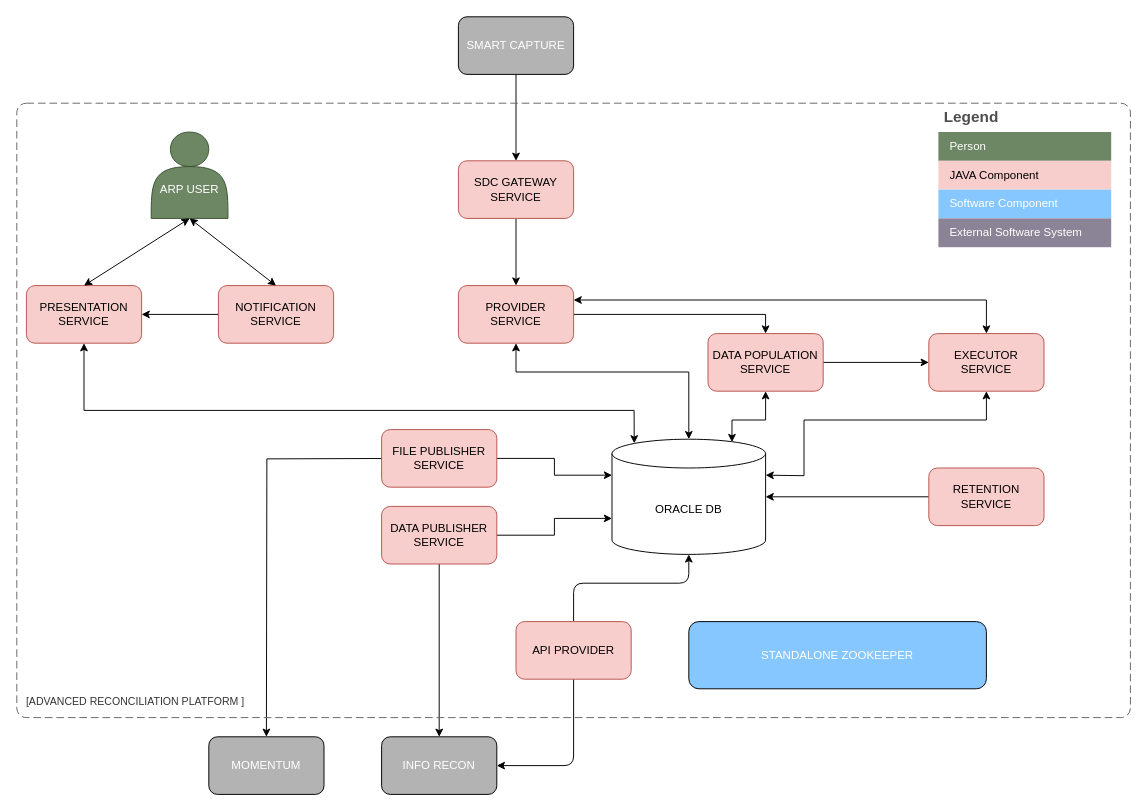
Earlier version of the draw.io diagram ARP_ARCHITECTURE.drawio (lockerz1290/scripts). Source tidied: cells renumbered, new cells numbered last; positions are measured from the earlier drawing's top-left corner, leaving out a move shared by most shapes. Both pictures are drawn from the tidied source at 96%, with x=0, y=0 at pixel (16, 16).
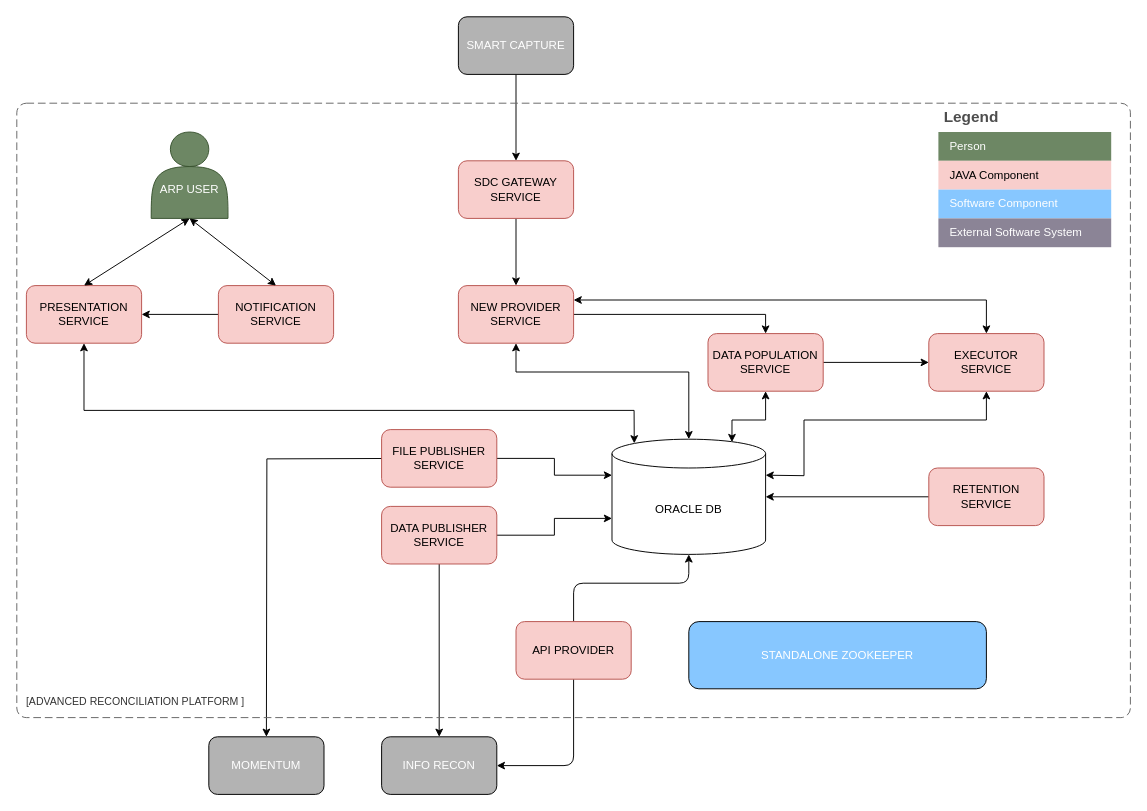
Above is the later version.

The edit, as a diff of the source:
```diff
@@
-    <mxCell id="17" value="PROVIDER SERVICE" style="rounded=1;whiteSpace=wrap;html=1;fillColor=#f8cecc;strokeColor=#b85450;" parent="1" vertex="1">
+    <mxCell id="17" value="NEW PROVIDER SERVICE" style="rounded=1;whiteSpace=wrap;html=1;fillColor=#f8cecc;strokeColor=#b85450;" parent="1" vertex="1">
       <mxGeometry x="460" y="280" width="120" height="60" as="geometry" />
     </mxCell>
```
